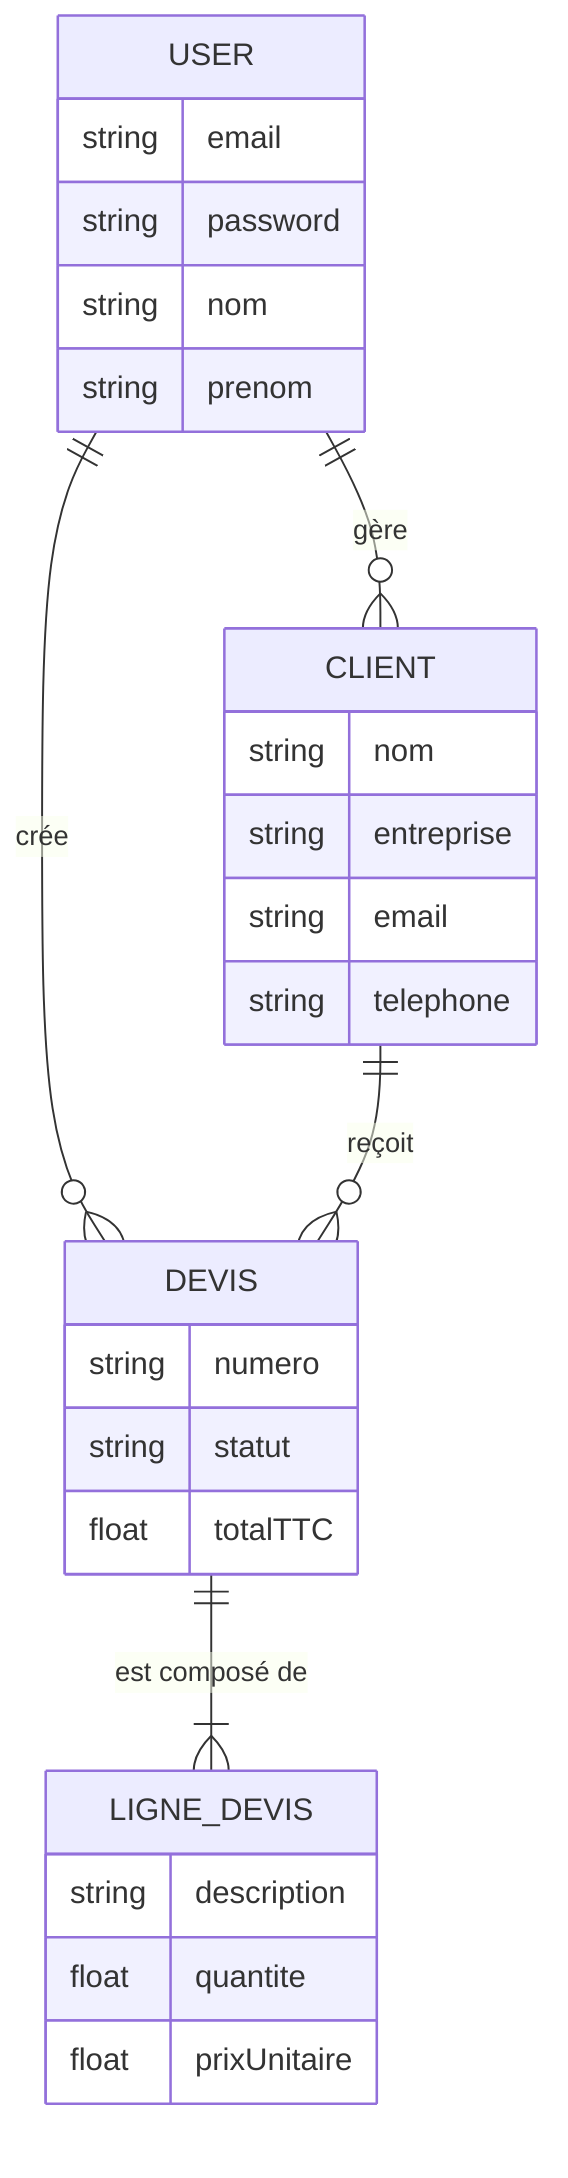
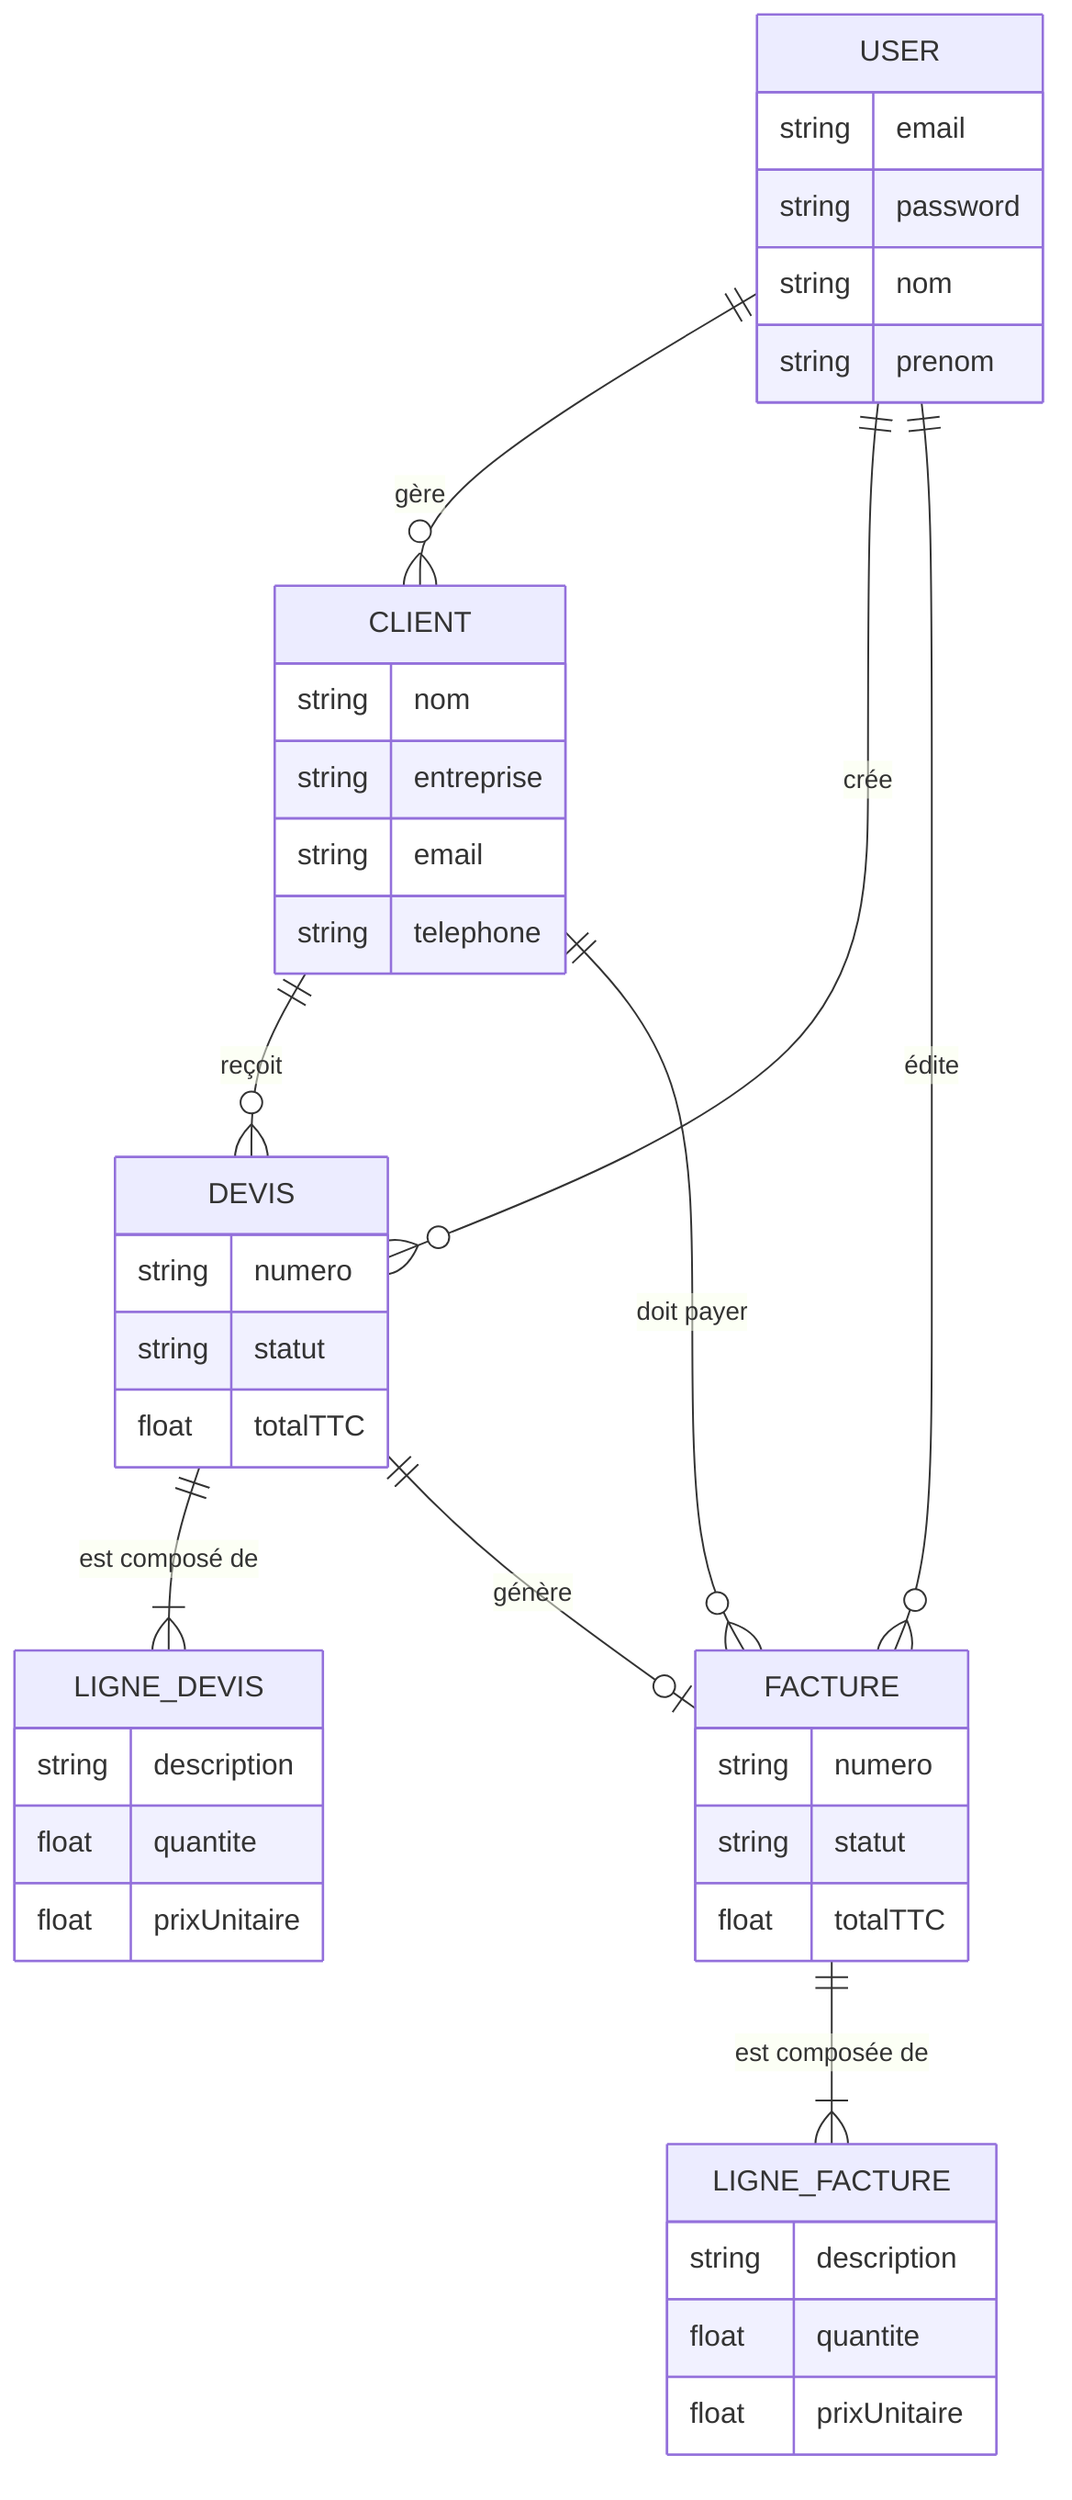
erDiagram
    USER {
        string email
        string password
        string nom
        string prenom
    }
    CLIENT {
        string nom
        string entreprise
        string email
        string telephone
    }
    DEVIS {
        string numero
        string statut
        float totalTTC
    }
    LIGNE_DEVIS {
        string description
        float quantite
        float prixUnitaire
    }
+     FACTURE {
+         string numero
+         string statut
+         float totalTTC
+     }
+     LIGNE_FACTURE {
+         string description
+         float quantite
+         float prixUnitaire
+     }

    USER ||--o{ CLIENT : "gère"
    USER ||--o{ DEVIS : "crée"
+     USER ||--o{ FACTURE : "édite"
    CLIENT ||--o{ DEVIS : "reçoit"
+     CLIENT ||--o{ FACTURE : "doit payer"
    DEVIS ||--|{ LIGNE_DEVIS : "est composé de"
+     FACTURE ||--|{ LIGNE_FACTURE : "est composée de"
+     DEVIS ||--o| FACTURE : "génère"
